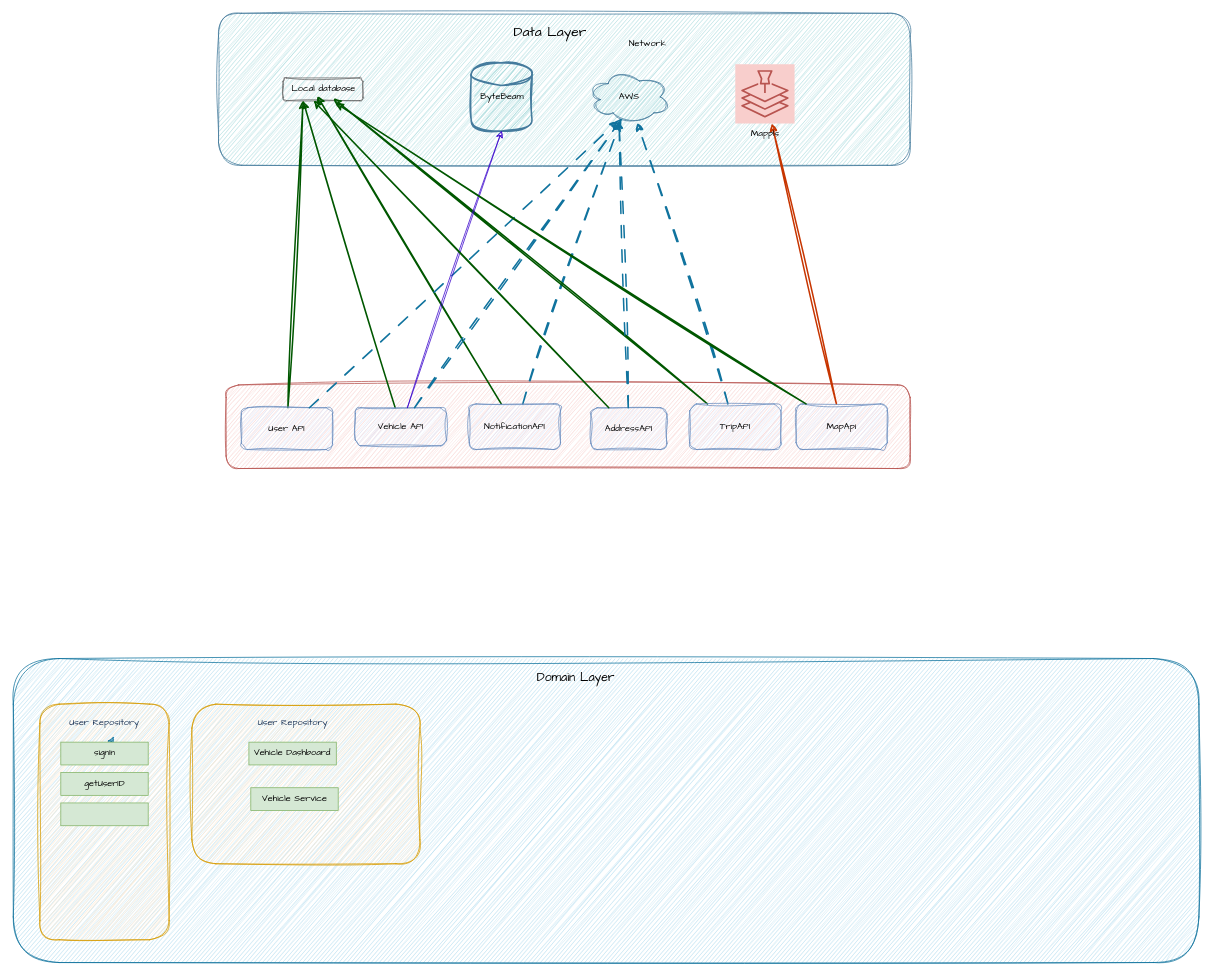
This is page "Page-1" (1 of 2) of SimpleConnectArchitecture.drawio from nandhakumar-c/testproject, a draw.io file, before an edit. Source tidied: cells renumbered, new cells numbered last; positions are measured from the earlier drawing's top-left corner, leaving out a move shared by most shapes. Both pictures are drawn from the tidied source at 76%, with x=0, y=0 at pixel (13, 13).
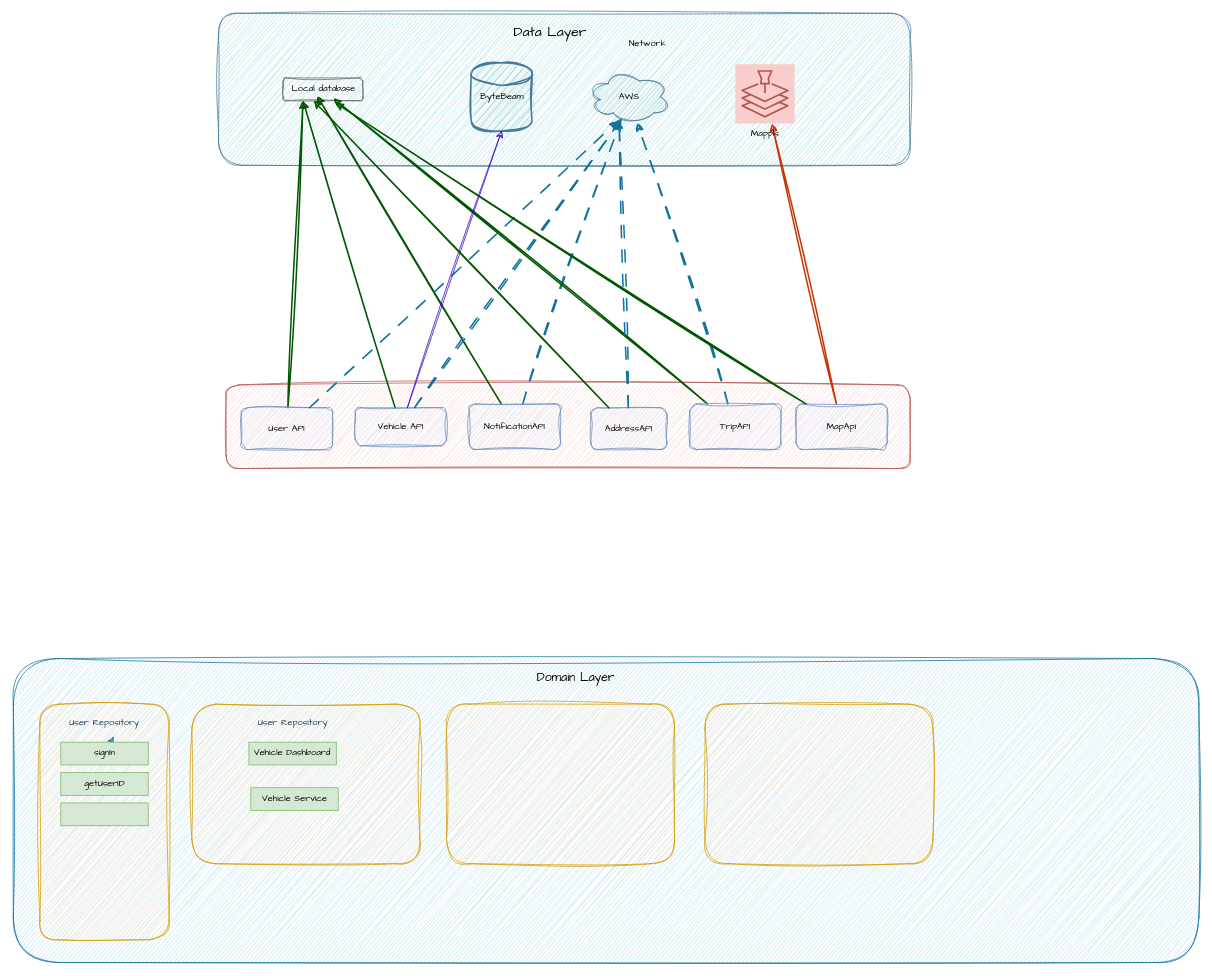
The same diagram, later.

What changed in the source:
```diff
@@
+    <mxCell id="43" style="rounded=1;whiteSpace=wrap;html=1;sketch=1;hachureGap=4;jiggle=2;curveFitting=1;fontFamily=Architects Daughter;fillColor=#ffe6cc;strokeColor=#d79b00;" parent="1" vertex="1">
+      <mxGeometry x="570" y="909" width="300" height="210" as="geometry" />
+    </mxCell>
+    <mxCell id="44" style="rounded=1;whiteSpace=wrap;html=1;sketch=1;hachureGap=4;jiggle=2;curveFitting=1;fontFamily=Architects Daughter;fillColor=#ffe6cc;strokeColor=#d79b00;" parent="1" vertex="1">
+      <mxGeometry x="910" y="909" width="300" height="210" as="geometry" />
+    </mxCell>
```
